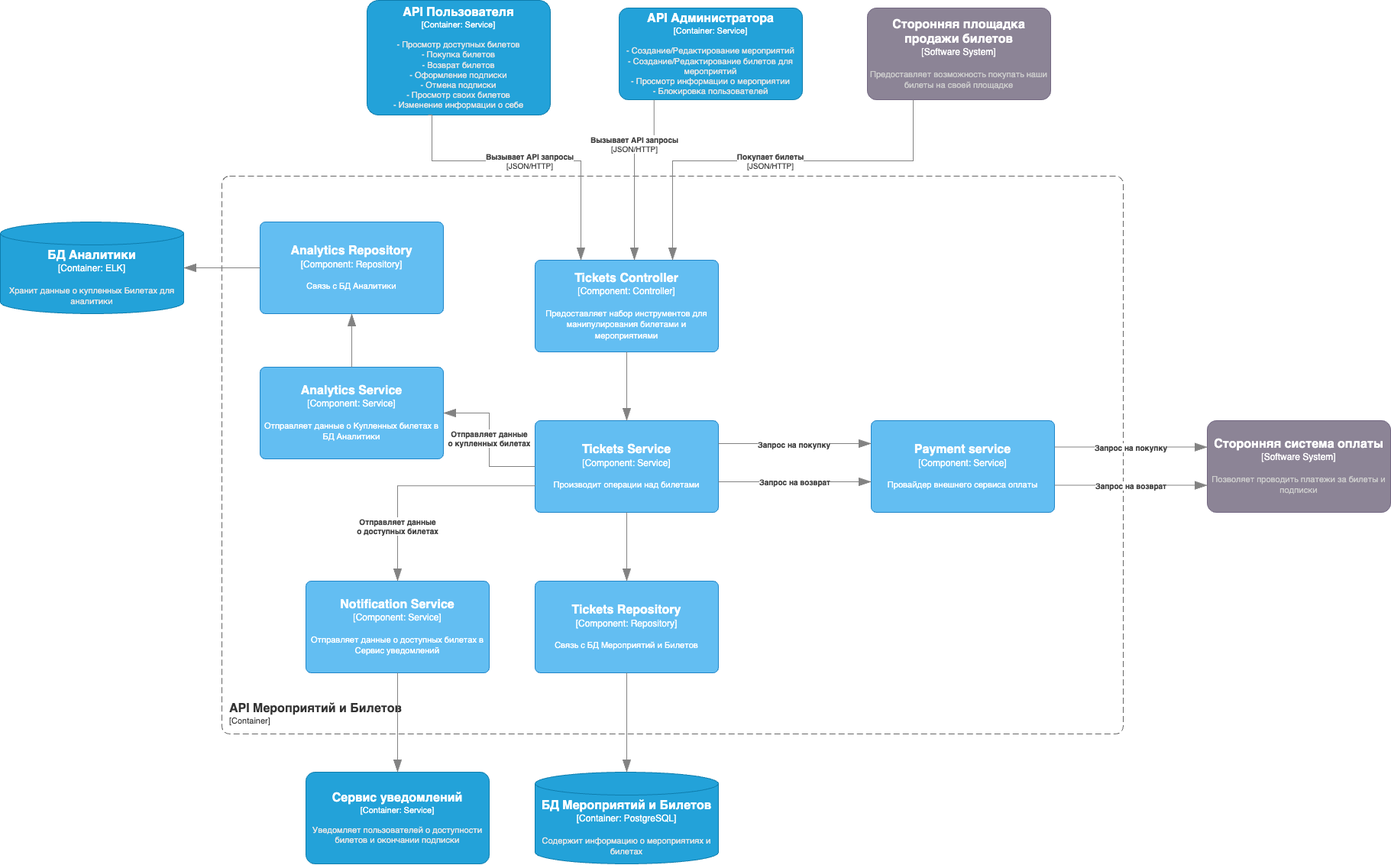
Above: Lab-Work-2/docs/components_3.png in zaktsy/Software-Architecture-Labs (draw.io), before the change. Source tidied: cells renumbered, new cells last; positions are measured from the earlier drawing's top-left corner, leaving out a move shared by most shapes.
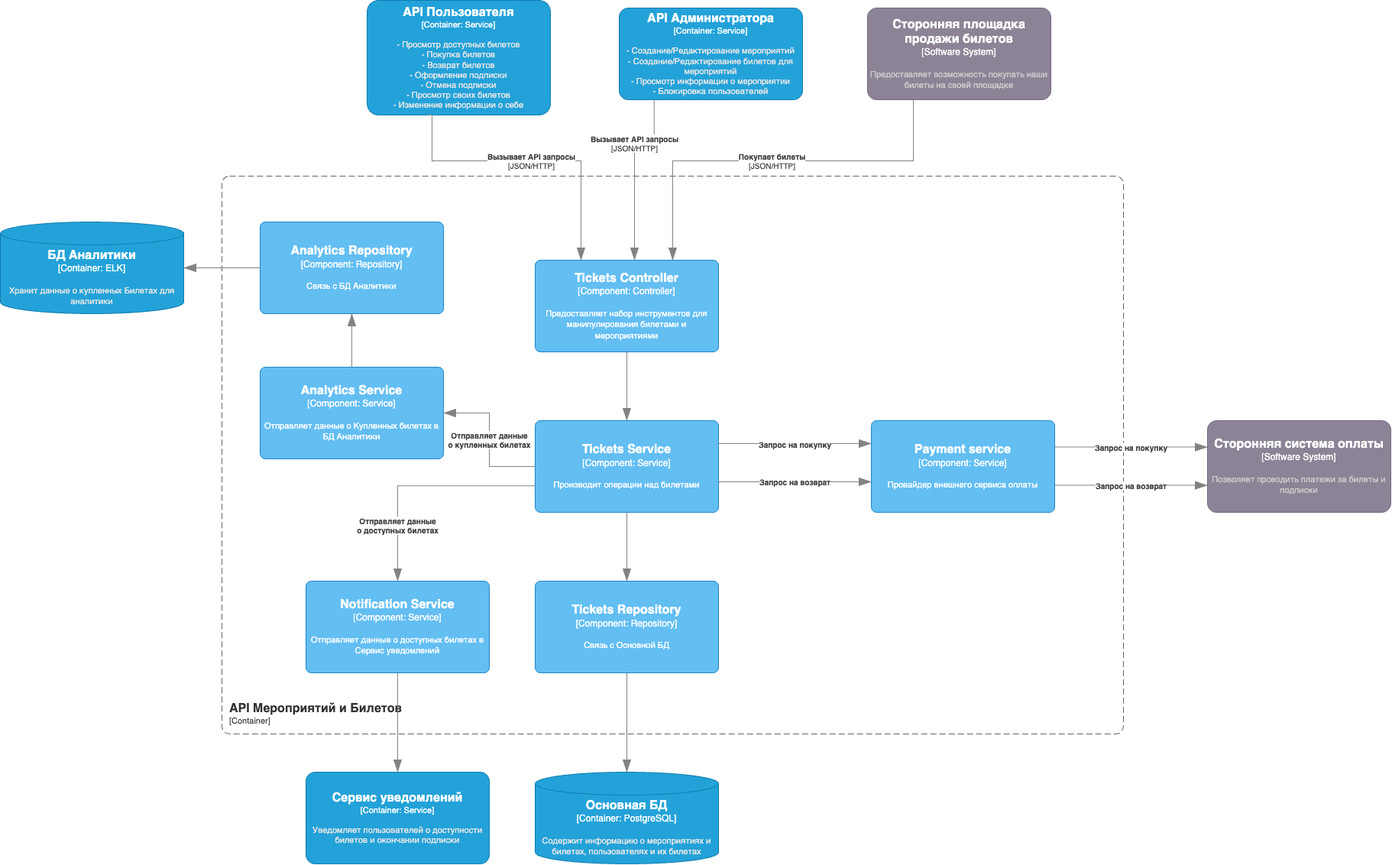
After the change.

The edit, as a diff of the source:
```diff
@@ -7,7 +7,7 @@
         <mxGeometry x="290" y="230" width="1180" height="730" as="geometry" />
       </mxCell>
     </object>
-    <object id="3" label="&lt;font style=&quot;font-size: 16px&quot;&gt;&lt;b&gt;%c4Type%&lt;/b&gt;&lt;/font&gt;&lt;div&gt;[%c4Container%:&amp;nbsp;%c4Technology%]&lt;/div&gt;&lt;br&gt;&lt;div&gt;&lt;font style=&quot;font-size: 11px&quot;&gt;&lt;font color=&quot;#E6E6E6&quot;&gt;%c4Description%&lt;/font&gt;&lt;/div&gt;" c4Container="Container" c4Description="Содержит информацию о мероприятиях и билетах" c4Technology="PostgreSQL" c4Type="БД Мероприятий и Билетов" placeholders="1">
+    <object id="3" label="&lt;font style=&quot;font-size: 16px&quot;&gt;&lt;b&gt;%c4Type%&lt;/b&gt;&lt;/font&gt;&lt;div&gt;[%c4Container%:&amp;nbsp;%c4Technology%]&lt;/div&gt;&lt;br&gt;&lt;div&gt;&lt;font style=&quot;font-size: 11px&quot;&gt;&lt;font color=&quot;#E6E6E6&quot;&gt;%c4Description%&lt;/font&gt;&lt;/div&gt;" c4Container="Container" c4Description="Содержит информацию о мероприятиях и билетах, пользователях и их билетах" c4Technology="PostgreSQL" c4Type="Основная БД" placeholders="1">
       <mxCell style="shape=cylinder3;size=15;whiteSpace=wrap;html=1;boundedLbl=1;rounded=0;labelBackgroundColor=none;fillColor=#23A2D9;fontSize=12;fontColor=#ffffff;align=center;strokeColor=#0E7DAD;points=[[0.5,0,0],[1,0.25,0],[1,0.5,0],[1,0.75,0],[0.5,1,0],[0,0.75,0],[0,0.5,0],[0,0.25,0]];" parent="1" vertex="1">
         <mxGeometry x="700" y="1010" width="240" height="120" as="geometry" />
       </mxCell>
@@ -27,7 +27,7 @@
         <mxGeometry relative="1" as="geometry" />
       </mxCell>
     </object>
-    <object id="7" label="&lt;font style=&quot;font-size: 16px&quot;&gt;&lt;b&gt;%c4Name%&lt;/b&gt;&lt;/font&gt;&lt;div&gt;[%c4Type%: %c4Technology%]&lt;/div&gt;&lt;br&gt;&lt;div&gt;&lt;font style=&quot;font-size: 11px&quot;&gt;%c4Description%&lt;/font&gt;&lt;/div&gt;" c4Description="Связь с БД Мероприятий и Билетов" c4Name="Tickets Repository" c4Technology="Repository" c4Type="Component" placeholders="1">
+    <object id="7" label="&lt;font style=&quot;font-size: 16px&quot;&gt;&lt;b&gt;%c4Name%&lt;/b&gt;&lt;/font&gt;&lt;div&gt;[%c4Type%: %c4Technology%]&lt;/div&gt;&lt;br&gt;&lt;div&gt;&lt;font style=&quot;font-size: 11px&quot;&gt;%c4Description%&lt;/font&gt;&lt;/div&gt;" c4Description="Связь с Основной БД" c4Name="Tickets Repository" c4Technology="Repository" c4Type="Component" placeholders="1">
       <mxCell style="rounded=1;whiteSpace=wrap;html=1;labelBackgroundColor=none;fillColor=#63BEF2;fontColor=#ffffff;align=center;arcSize=6;strokeColor=#2086C9;points=[[0.25,0,0],[0.5,0,0],[0.75,0,0],[1,0.25,0],[1,0.5,0],[1,0.75,0],[0.75,1,0],[0.5,1,0],[0.25,1,0],[0,0.75,0],[0,0.5,0],[0,0.25,0]];" parent="1" vertex="1">
         <mxGeometry x="700" y="760" width="240" height="120" as="geometry" />
       </mxCell>
```
